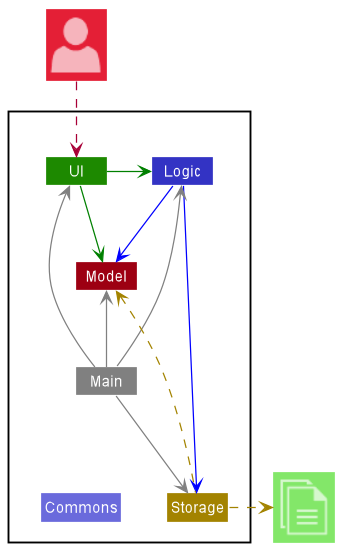
This is docs/images/dg/ArchitectureDiagram.png from nus-cs2103-AY2223S1/tp, a PlantUML export, as it was before one commit.
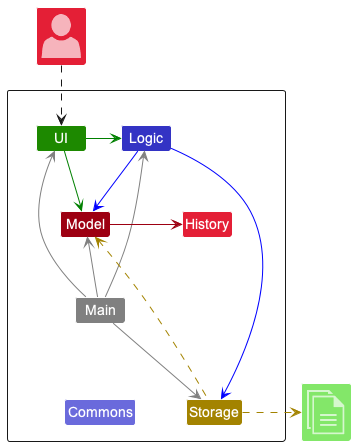
Above is the later version.

What changed in the source:
```diff
@@ -7,6 +7,7 @@
 Package " "<<Rectangle>>{
     Class UI UI_COLOR
     Class Logic LOGIC_COLOR
+    Class History MODEL_COLOR_T2
     Class Storage STORAGE_COLOR
     Class Model MODEL_COLOR
     Class Main #grey
@@ -26,6 +27,7 @@
 Main -[#grey]-> Storage
 Main -up[#grey]-> Model
 Main -down[hidden]-> Commons
+Model -[MODEL_COLOR]> History
 
 Storage -up[STORAGE_COLOR].> Model
 Storage .right[STORAGE_COLOR].>File
```
